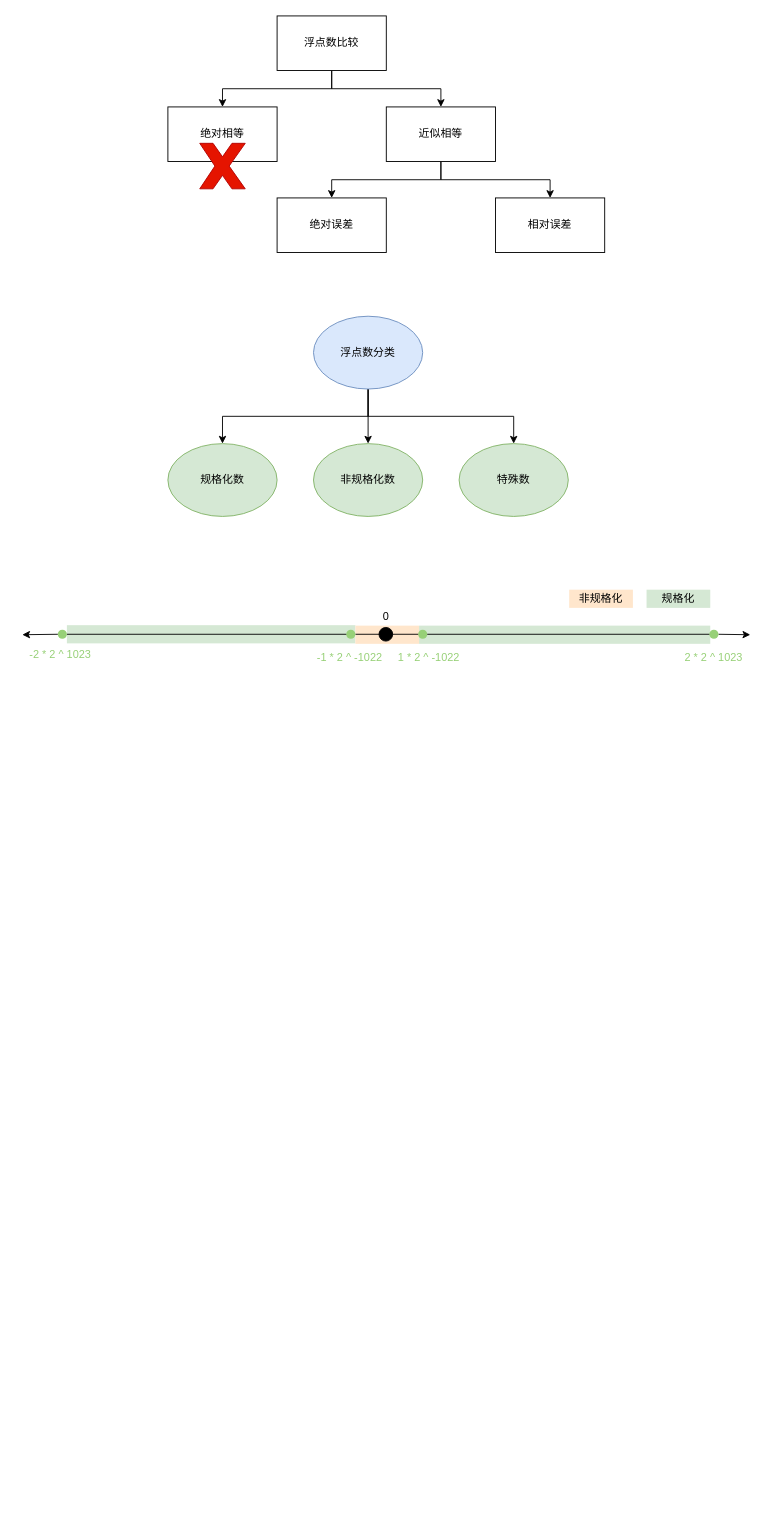
The draw.io diagram float_pointing_number_comparison.drawio in ZiqingYip/moment, before the edit. Source tidied: cells renumbered, new cells numbered last; positions are measured from the earlier drawing's top-left corner, leaving out a move shared by most shapes. Both pictures are drawn from the tidied source at 91%, with x=0, y=0 at pixel (22, 15).
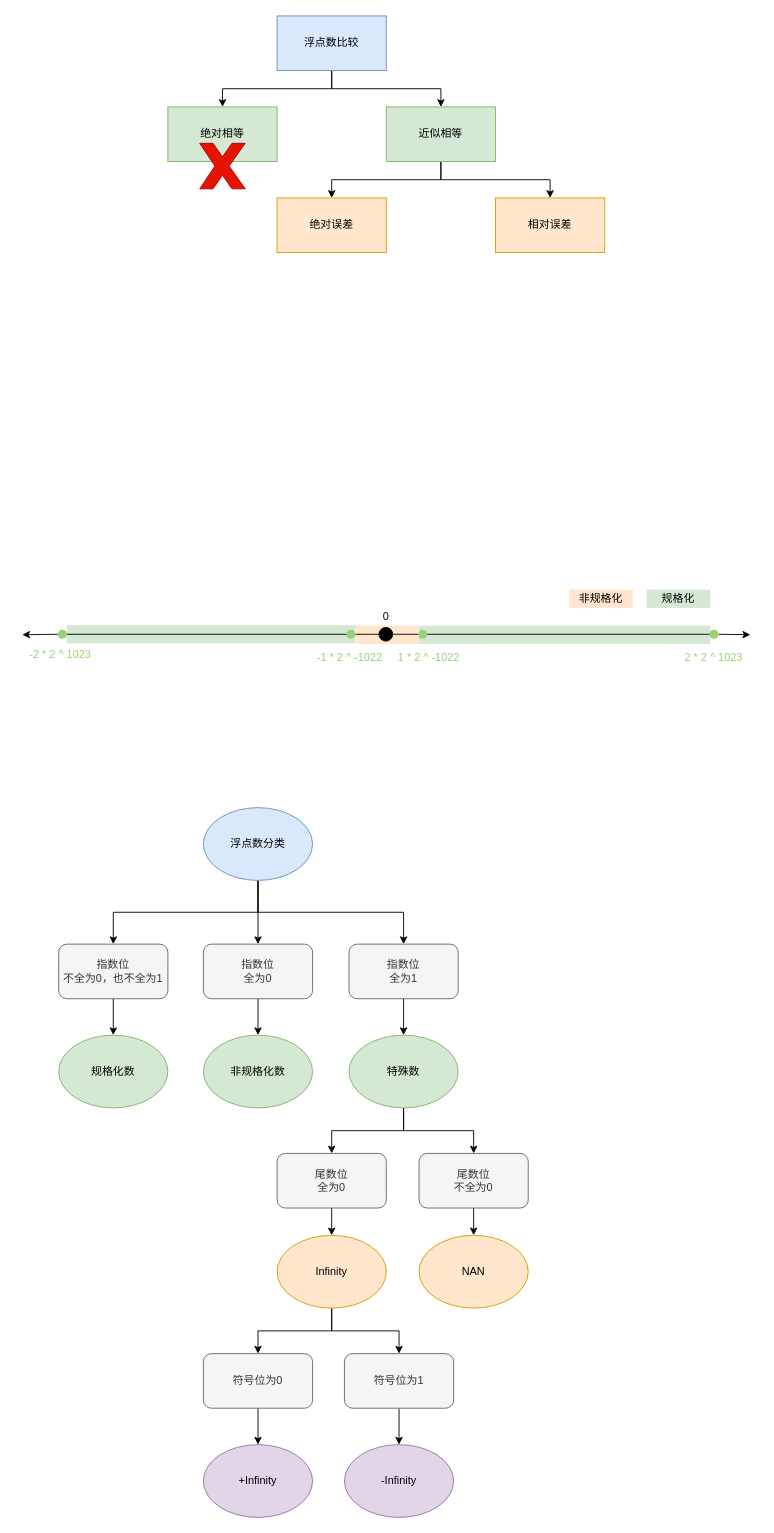
The same page after the edit.

Change to the diagram source:
```diff
@@
-    <mxCell id="7" value="浮点数比较" style="rounded=0;whiteSpace=wrap;html=1;" parent="1" vertex="1">
+    <mxCell id="7" value="浮点数比较" style="rounded=0;whiteSpace=wrap;html=1;fillColor=#dae8fc;strokeColor=#6c8ebf;" parent="1" vertex="1">
       <mxGeometry x="280" width="120" height="60" as="geometry" />
     </mxCell>
-    <mxCell id="8" value="绝对相等" style="rounded=0;whiteSpace=wrap;html=1;" parent="1" vertex="1">
+    <mxCell id="8" value="绝对相等" style="rounded=0;whiteSpace=wrap;html=1;fillColor=#d5e8d4;strokeColor=#82b366;" parent="1" vertex="1">
       <mxGeometry x="160" y="100" width="120" height="60" as="geometry" />
     </mxCell>
@@
-    <mxCell id="11" value="近似相等" style="rounded=0;whiteSpace=wrap;html=1;" parent="1" vertex="1">
+    <mxCell id="11" value="近似相等" style="rounded=0;whiteSpace=wrap;html=1;fillColor=#d5e8d4;strokeColor=#82b366;" parent="1" vertex="1">
       <mxGeometry x="400" y="100" width="120" height="60" as="geometry" />
     </mxCell>
@@
-    <mxCell id="13" value="绝对误差" style="rounded=0;whiteSpace=wrap;html=1;" parent="1" vertex="1">
+    <mxCell id="13" value="绝对误差" style="rounded=0;whiteSpace=wrap;html=1;fillColor=#ffe6cc;strokeColor=#d79b00;" parent="1" vertex="1">
       <mxGeometry x="280" y="200" width="120" height="60" as="geometry" />
     </mxCell>
-    <mxCell id="14" value="相对误差" style="rounded=0;whiteSpace=wrap;html=1;" parent="1" vertex="1">
+    <mxCell id="14" value="相对误差" style="rounded=0;whiteSpace=wrap;html=1;fillColor=#ffe6cc;strokeColor=#d79b00;" parent="1" vertex="1">
       <mxGeometry x="520" y="200" width="120" height="60" as="geometry" />
     </mxCell>
-    <mxCell id="15" style="edgeStyle=orthogonalEdgeStyle;rounded=0;jettySize=auto;html=1;exitX=0.5;exitY=1;exitDx=0;exitDy=0;entryX=0.5;entryY=0;entryDx=0;entryDy=0;" parent="1" edge="1" source="18" target="20">
-      <mxGeometry relative="1" as="geometry" />
-    </mxCell>
-    <mxCell id="16" style="edgeStyle=orthogonalEdgeStyle;rounded=0;jettySize=auto;html=1;exitX=0.5;exitY=1;exitDx=0;exitDy=0;entryX=0.5;entryY=0;entryDx=0;entryDy=0;" parent="1" edge="1" source="18" target="19">
-      <mxGeometry relative="1" as="geometry" />
-    </mxCell>
-    <mxCell id="17" style="edgeStyle=orthogonalEdgeStyle;rounded=0;jettySize=auto;html=1;exitX=0.5;exitY=1;exitDx=0;exitDy=0;" parent="1" edge="1" source="18" target="21">
-      <mxGeometry relative="1" as="geometry" />
-    </mxCell>
-    <mxCell id="18" value="浮点数分类" style="ellipse;whiteSpace=wrap;html=1;fillColor=#dae8fc;strokeColor=#6c8ebf;" parent="1" vertex="1">
-      <mxGeometry x="320" y="330" width="120" height="80" as="geometry" />
-    </mxCell>
-    <mxCell id="19" value="规格化数" style="ellipse;whiteSpace=wrap;html=1;fillColor=#d5e8d4;strokeColor=#82b366;" parent="1" vertex="1">
-      <mxGeometry x="160" y="470" width="120" height="80" as="geometry" />
-    </mxCell>
-    <mxCell id="20" value="非规格化数" style="ellipse;whiteSpace=wrap;html=1;fillColor=#d5e8d4;strokeColor=#82b366;" parent="1" vertex="1">
-      <mxGeometry x="320" y="470" width="120" height="80" as="geometry" />
-    </mxCell>
-    <mxCell id="21" value="特殊数" style="ellipse;whiteSpace=wrap;html=1;fillColor=#d5e8d4;strokeColor=#82b366;" parent="1" vertex="1">
-      <mxGeometry x="480" y="470" width="120" height="80" as="geometry" />
-    </mxCell>
@@
+    <mxCell id="39" style="edgeStyle=orthogonalEdgeStyle;rounded=0;jettySize=auto;html=1;exitX=0.5;exitY=1;exitDx=0;exitDy=0;entryX=0.5;entryY=0;entryDx=0;entryDy=0;" parent="1" edge="1" source="18" target="47">
+      <mxGeometry relative="1" as="geometry" />
+    </mxCell>
+    <mxCell id="40" style="edgeStyle=orthogonalEdgeStyle;rounded=0;jettySize=auto;html=1;exitX=0.5;exitY=1;exitDx=0;exitDy=0;entryX=0.5;entryY=0;entryDx=0;entryDy=0;" parent="1" edge="1" source="18" target="45">
+      <mxGeometry relative="1" as="geometry" />
+    </mxCell>
+    <mxCell id="41" style="edgeStyle=orthogonalEdgeStyle;rounded=0;jettySize=auto;html=1;exitX=0.5;exitY=1;exitDx=0;exitDy=0;entryX=0.5;entryY=0;entryDx=0;entryDy=0;" parent="1" edge="1" source="18" target="49">
+      <mxGeometry relative="1" as="geometry" />
+    </mxCell>
+    <mxCell id="18" value="浮点数分类" style="ellipse;whiteSpace=wrap;html=1;fillColor=#dae8fc;strokeColor=#6c8ebf;" parent="1" vertex="1">
+      <mxGeometry x="199" y="870" width="120" height="80" as="geometry" />
+    </mxCell>
+    <mxCell id="19" value="规格化数" style="ellipse;whiteSpace=wrap;html=1;fillColor=#d5e8d4;strokeColor=#82b366;" parent="1" vertex="1">
+      <mxGeometry x="40" y="1120" width="120" height="80" as="geometry" />
+    </mxCell>
+    <mxCell id="20" value="非规格化数" style="ellipse;whiteSpace=wrap;html=1;fillColor=#d5e8d4;strokeColor=#82b366;" parent="1" vertex="1">
+      <mxGeometry x="199" y="1120" width="120" height="80" as="geometry" />
+    </mxCell>
+    <mxCell id="42" style="edgeStyle=orthogonalEdgeStyle;rounded=0;jettySize=auto;html=1;exitX=0.5;exitY=1;exitDx=0;exitDy=0;entryX=0.5;entryY=0;entryDx=0;entryDy=0;" parent="1" edge="1" source="21" target="51">
+      <mxGeometry relative="1" as="geometry" />
+    </mxCell>
+    <mxCell id="43" style="edgeStyle=orthogonalEdgeStyle;rounded=0;jettySize=auto;html=1;exitX=0.5;exitY=1;exitDx=0;exitDy=0;entryX=0.5;entryY=0;entryDx=0;entryDy=0;" parent="1" edge="1" source="21" target="53">
+      <mxGeometry relative="1" as="geometry" />
+    </mxCell>
+    <mxCell id="21" value="特殊数" style="ellipse;whiteSpace=wrap;html=1;fillColor=#d5e8d4;strokeColor=#82b366;" parent="1" vertex="1">
+      <mxGeometry x="359" y="1120" width="120" height="80" as="geometry" />
+    </mxCell>
+    <mxCell id="44" style="edgeStyle=orthogonalEdgeStyle;rounded=0;jettySize=auto;html=1;exitX=0.5;exitY=1;exitDx=0;exitDy=0;entryX=0.5;entryY=0;entryDx=0;entryDy=0;" parent="1" edge="1" source="45" target="19">
+      <mxGeometry relative="1" as="geometry" />
+    </mxCell>
+    <mxCell id="45" value="指数位&lt;br&gt;不全为0，也不全为1" style="rounded=1;whiteSpace=wrap;html=1;fillColor=#f5f5f5;strokeColor=#666666;fontColor=#333333;" parent="1" vertex="1">
+      <mxGeometry x="40" y="1020" width="120" height="60" as="geometry" />
+    </mxCell>
+    <mxCell id="46" style="edgeStyle=orthogonalEdgeStyle;rounded=0;jettySize=auto;html=1;exitX=0.5;exitY=1;exitDx=0;exitDy=0;" parent="1" edge="1" source="47" target="20">
+      <mxGeometry relative="1" as="geometry" />
+    </mxCell>
+    <mxCell id="47" value="指数位&lt;br&gt;全为0" style="rounded=1;whiteSpace=wrap;html=1;fillColor=#f5f5f5;strokeColor=#666666;fontColor=#333333;" parent="1" vertex="1">
+      <mxGeometry x="199" y="1020" width="120" height="60" as="geometry" />
+    </mxCell>
+    <mxCell id="48" style="edgeStyle=orthogonalEdgeStyle;rounded=0;jettySize=auto;html=1;exitX=0.5;exitY=1;exitDx=0;exitDy=0;entryX=0.5;entryY=0;entryDx=0;entryDy=0;" parent="1" edge="1" source="49" target="21">
+      <mxGeometry relative="1" as="geometry" />
+    </mxCell>
+    <mxCell id="49" value="指数位&lt;br&gt;全为1" style="rounded=1;whiteSpace=wrap;html=1;fillColor=#f5f5f5;strokeColor=#666666;fontColor=#333333;" parent="1" vertex="1">
+      <mxGeometry x="359" y="1020" width="120" height="60" as="geometry" />
+    </mxCell>
+    <mxCell id="50" style="edgeStyle=orthogonalEdgeStyle;rounded=0;jettySize=auto;html=1;exitX=0.5;exitY=1;exitDx=0;exitDy=0;entryX=0.5;entryY=0;entryDx=0;entryDy=0;" parent="1" edge="1" source="51" target="56">
+      <mxGeometry relative="1" as="geometry" />
+    </mxCell>
+    <mxCell id="51" value="尾数位&lt;br&gt;全为0" style="rounded=1;whiteSpace=wrap;html=1;fillColor=#f5f5f5;strokeColor=#666666;fontColor=#333333;" parent="1" vertex="1">
+      <mxGeometry x="280" y="1250" width="120" height="60" as="geometry" />
+    </mxCell>
+    <mxCell id="52" style="edgeStyle=orthogonalEdgeStyle;rounded=0;jettySize=auto;html=1;exitX=0.5;exitY=1;exitDx=0;exitDy=0;entryX=0.5;entryY=0;entryDx=0;entryDy=0;" parent="1" edge="1" source="53" target="57">
+      <mxGeometry relative="1" as="geometry" />
+    </mxCell>
+    <mxCell id="53" value="尾数位&lt;br&gt;不全为0" style="rounded=1;whiteSpace=wrap;html=1;fillColor=#f5f5f5;strokeColor=#666666;fontColor=#333333;" parent="1" vertex="1">
+      <mxGeometry x="436" y="1250" width="120" height="60" as="geometry" />
+    </mxCell>
+    <mxCell id="54" style="edgeStyle=orthogonalEdgeStyle;rounded=0;jettySize=auto;html=1;exitX=0.5;exitY=1;exitDx=0;exitDy=0;entryX=0.5;entryY=0;entryDx=0;entryDy=0;" parent="1" edge="1" source="56" target="59">
+      <mxGeometry relative="1" as="geometry" />
+    </mxCell>
+    <mxCell id="55" style="edgeStyle=orthogonalEdgeStyle;rounded=0;jettySize=auto;html=1;exitX=0.5;exitY=1;exitDx=0;exitDy=0;entryX=0.5;entryY=0;entryDx=0;entryDy=0;" parent="1" edge="1" source="56" target="61">
+      <mxGeometry relative="1" as="geometry" />
+    </mxCell>
+    <mxCell id="56" value="Infinity" style="ellipse;whiteSpace=wrap;html=1;fillColor=#ffe6cc;strokeColor=#d79b00;" parent="1" vertex="1">
+      <mxGeometry x="280" y="1340" width="120" height="80" as="geometry" />
+    </mxCell>
+    <mxCell id="57" value="NAN" style="ellipse;whiteSpace=wrap;html=1;fillColor=#ffe6cc;strokeColor=#d79b00;" parent="1" vertex="1">
+      <mxGeometry x="436" y="1340" width="120" height="80" as="geometry" />
+    </mxCell>
+    <mxCell id="58" style="edgeStyle=orthogonalEdgeStyle;rounded=0;jettySize=auto;html=1;exitX=0.5;exitY=1;exitDx=0;exitDy=0;entryX=0.5;entryY=0;entryDx=0;entryDy=0;" parent="1" edge="1" source="59" target="62">
+      <mxGeometry relative="1" as="geometry" />
+    </mxCell>
+    <mxCell id="59" value="符号位为0" style="rounded=1;whiteSpace=wrap;html=1;fillColor=#f5f5f5;strokeColor=#666666;fontColor=#333333;" parent="1" vertex="1">
+      <mxGeometry x="199" y="1470" width="120" height="60" as="geometry" />
+    </mxCell>
+    <mxCell id="60" style="edgeStyle=orthogonalEdgeStyle;rounded=0;jettySize=auto;html=1;exitX=0.5;exitY=1;exitDx=0;exitDy=0;" parent="1" edge="1" source="61" target="63">
+      <mxGeometry relative="1" as="geometry" />
+    </mxCell>
+    <mxCell id="61" value="符号位为1" style="rounded=1;whiteSpace=wrap;html=1;fillColor=#f5f5f5;strokeColor=#666666;fontColor=#333333;" parent="1" vertex="1">
+      <mxGeometry x="354" y="1470" width="120" height="60" as="geometry" />
+    </mxCell>
+    <mxCell id="62" value="+Infinity" style="ellipse;whiteSpace=wrap;html=1;fillColor=#e1d5e7;strokeColor=#9673a6;" parent="1" vertex="1">
+      <mxGeometry x="199" y="1570" width="120" height="80" as="geometry" />
+    </mxCell>
+    <mxCell id="63" value="-Infinity" style="ellipse;whiteSpace=wrap;html=1;fillColor=#e1d5e7;strokeColor=#9673a6;" parent="1" vertex="1">
+      <mxGeometry x="354" y="1570" width="120" height="80" as="geometry" />
+    </mxCell>
```
